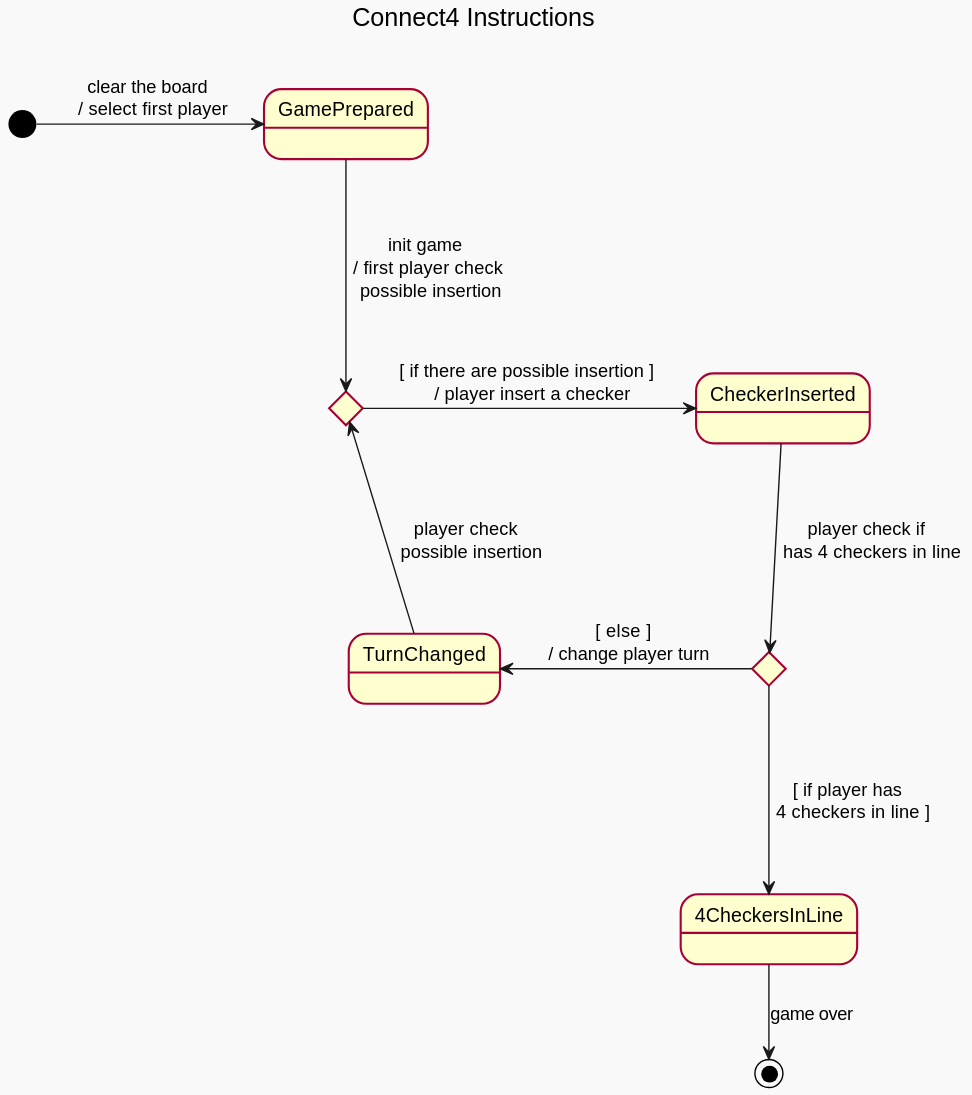
This is disciplinasSoftware/game-connect4/docs/images/connect4--instructions.svg from USantaTecla-ed-mpds/lab-boole, a PlantUML export, as it was before one commit. Its diagram source:
```plantuml
@startuml connect4--instructions

skinparam nodesep 50
skinparam ranksep 50
!theme mars

title Connect4 Instructions \n


state GamePrepared
state _CheckPlayerInsertion <<choice>>
state CheckerInserted
state _Check4InLine <<choice>>
state TurnChanged
state 4CheckersInLine


[*]                     --r-> GamePrepared : clear the board \n / select first player
GamePrepared            ---> _CheckPlayerInsertion : init game \n / first player check \n possible insertion
_CheckPlayerInsertion   --r-> CheckerInserted : [ if there are possible insertion ] \n / player insert a checker
CheckerInserted         ---> _Check4InLine : player check if \n has 4 checkers in line

_Check4InLine           --l-> TurnChanged : [ else ] \n / change player turn
TurnChanged             --u-> _CheckPlayerInsertion : player check \n possible insertion

_Check4InLine           ---> 4CheckersInLine : [ if player has \n 4 checkers in line ]
4CheckersInLine         --> [*] : game over


@enduml
```
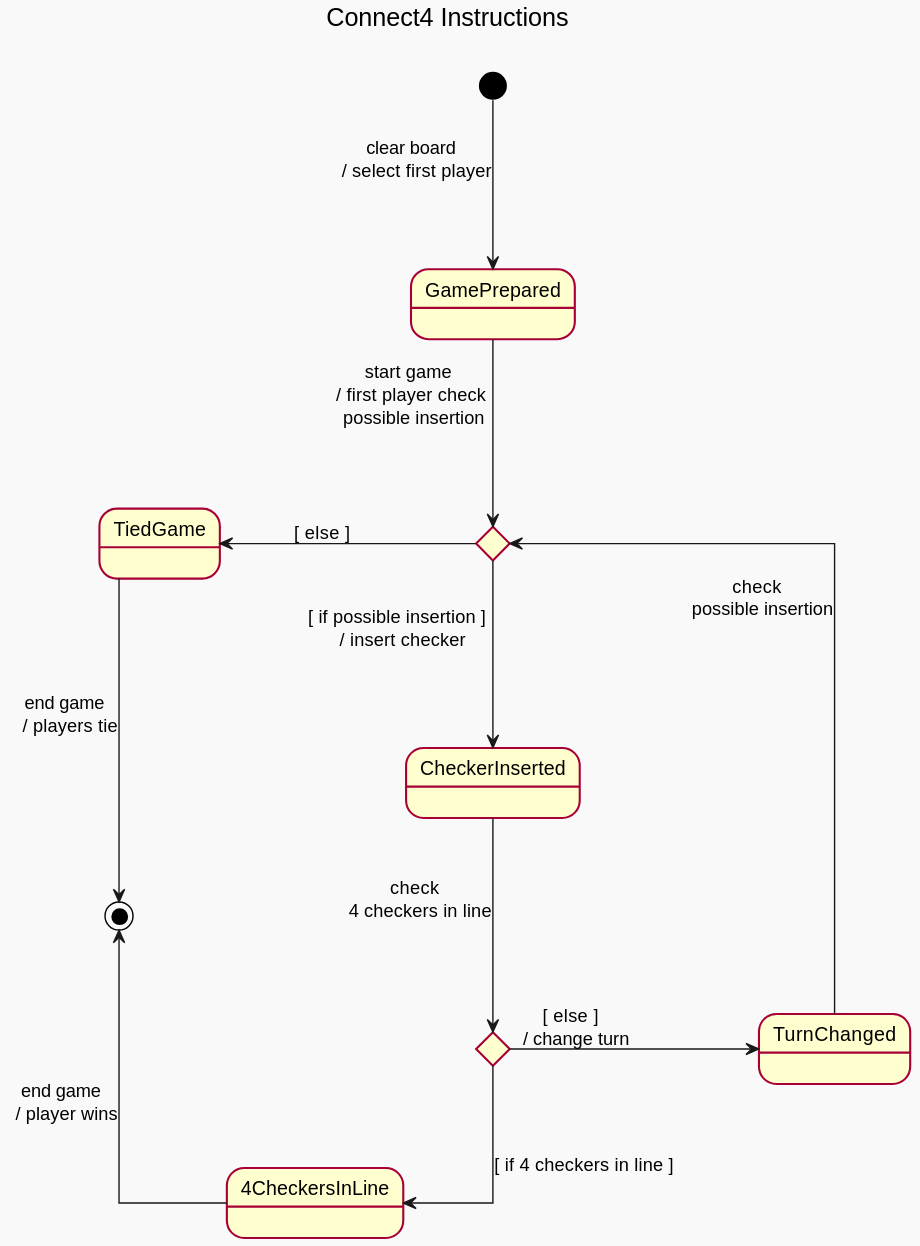
The same diagram one commit later.

Commit message:
Connect4: Update Instructions SVG

Diff of the diagram source:
```diff
@@ -1,7 +1,8 @@
 @startuml connect4--instructions
 
-skinparam nodesep 50
-skinparam ranksep 50
+skinparam linetype ortho
+skinparam nodesep 140
+skinparam ranksep 60
 !theme mars
 
 title Connect4 Instructions \n
@@ -13,18 +14,21 @@
 state _Check4InLine <<choice>>
 state TurnChanged
 state 4CheckersInLine
+state TiedGame
 
 
-[*]                     --r-> GamePrepared : clear the board \n / select first player
-GamePrepared            ---> _CheckPlayerInsertion : init game \n / first player check \n possible insertion
-_CheckPlayerInsertion   --r-> CheckerInserted : [ if there are possible insertion ] \n / player insert a checker
-CheckerInserted         ---> _Check4InLine : player check if \n has 4 checkers in line
+[*]                     ---> GamePrepared : clear board \n / select first player
+GamePrepared            ---> _CheckPlayerInsertion : start game \n / first player check \n possible insertion
+_CheckPlayerInsertion   ---> CheckerInserted : [ if possible insertion ] \n / insert checker
+CheckerInserted         ---> _Check4InLine : check \n 4 checkers in line
 
-_Check4InLine           --l-> TurnChanged : [ else ] \n / change player turn
-TurnChanged             --u-> _CheckPlayerInsertion : player check \n possible insertion
+_Check4InLine           -r-> TurnChanged : [ else ] \n / change turn
+_CheckPlayerInsertion   -l-> TiedGame : [ else ]
+TurnChanged             -l-> _CheckPlayerInsertion : check \n possible insertion
+TiedGame                -d-> [*] : end game \n / players tie
 
-_Check4InLine           ---> 4CheckersInLine : [ if player has \n 4 checkers in line ]
-4CheckersInLine         --> [*] : game over
+_Check4InLine           --> 4CheckersInLine : [ if 4 checkers in line ]
+4CheckersInLine         --l-> [*] : end game \n / player wins
 
 
 @enduml
```
